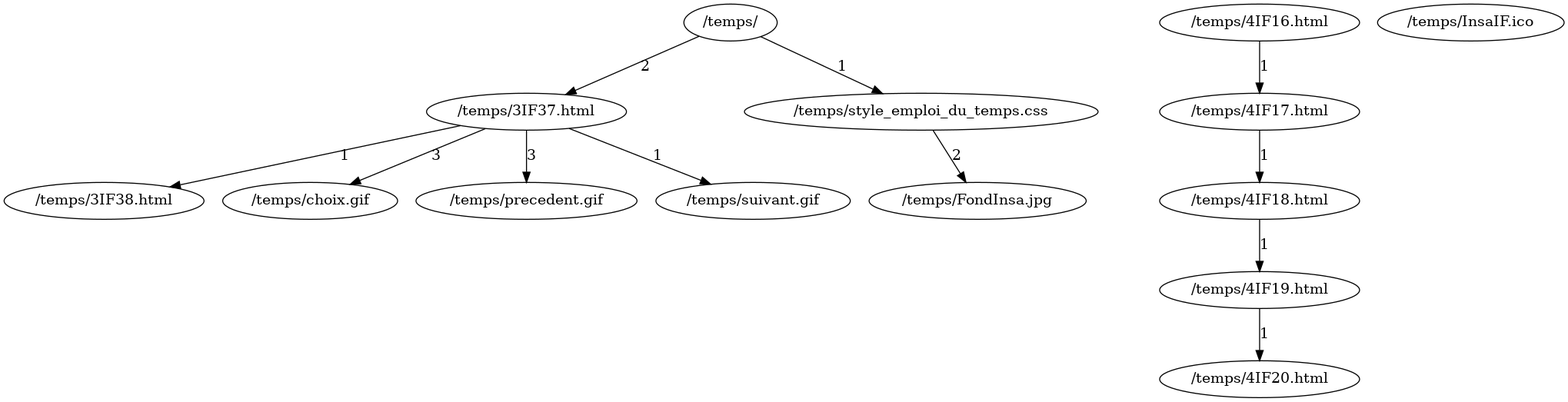
The Graphviz diagram court.png in Arteox/Cpp_TP4, before a commit. Its source is kept beside it as court.dot. The source it was exported from:
```dot
digraph {
	"/temps/";
	"/temps/3IF37.html";
	"/temps/3IF38.html";
	"/temps/4IF16.html";
	"/temps/4IF17.html";
	"/temps/4IF18.html";
	"/temps/4IF19.html";
	"/temps/4IF20.html";
	"/temps/FondInsa.jpg";
	"/temps/InsaIF.ico";
	"/temps/choix.gif";
	"/temps/precedent.gif";
	"/temps/style_emploi_du_temps.css";
	"/temps/suivant.gif";

	"/temps/" -> "/temps/3IF37.html" [label="2"];
	"/temps/3IF37.html" -> "/temps/3IF38.html" [label="1"];

	"/temps/4IF16.html" -> "/temps/4IF17.html" [label="1"];
	"/temps/4IF17.html" -> "/temps/4IF18.html" [label="1"];
	"/temps/4IF18.html" -> "/temps/4IF19.html" [label="1"];
	"/temps/4IF19.html" -> "/temps/4IF20.html" [label="1"];
	"/temps/style_emploi_du_temps.css" -> "/temps/FondInsa.jpg" [label="2"];

	"/temps/3IF37.html" -> "/temps/choix.gif" [label="3"];
	"/temps/3IF37.html" -> "/temps/precedent.gif" [label="3"];
	"/temps/" -> "/temps/style_emploi_du_temps.css" [label="1"];
	"/temps/3IF37.html" -> "/temps/suivant.gif" [label="1"];
}
```
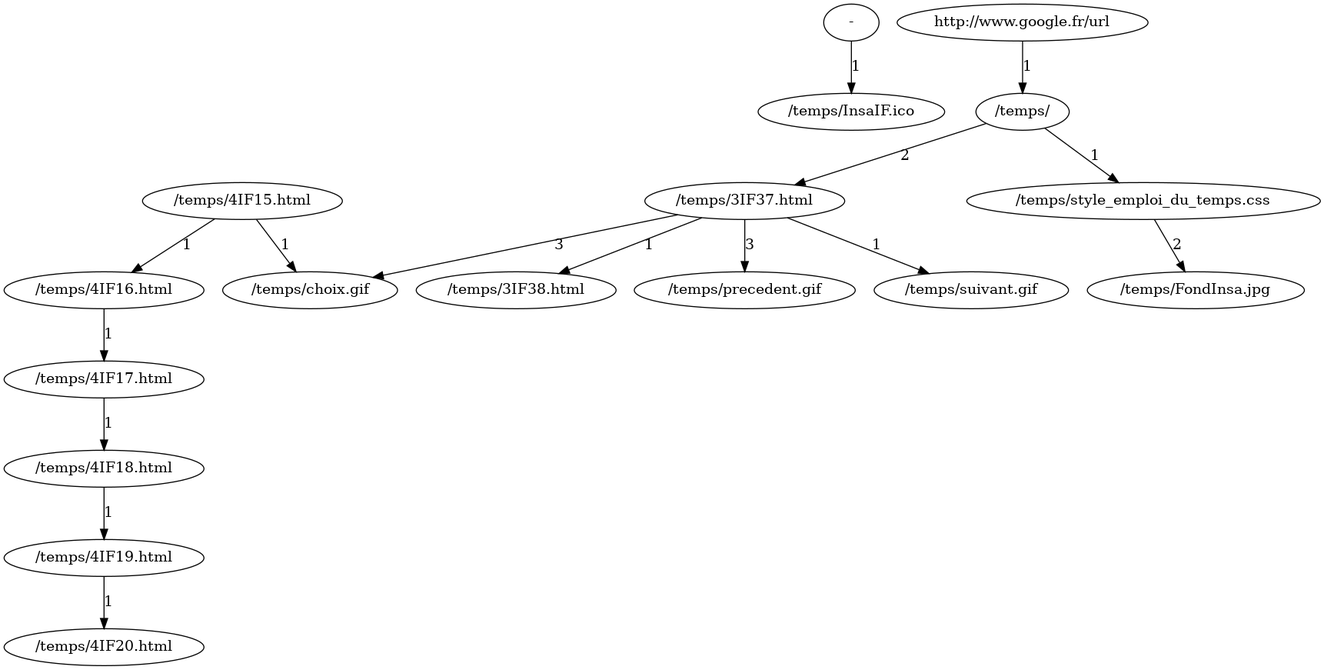
The same file after the commit.

Diff of the diagram source:
```diff
@@ -1,7 +1,9 @@
 digraph {
+	"-";
 	"/temps/";
 	"/temps/3IF37.html";
 	"/temps/3IF38.html";
+	"/temps/4IF15.html";
 	"/temps/4IF16.html";
 	"/temps/4IF17.html";
 	"/temps/4IF18.html";
@@ -13,17 +15,18 @@
 	"/temps/precedent.gif";
 	"/temps/style_emploi_du_temps.css";
 	"/temps/suivant.gif";
-
+	"http://www.google.fr/url";
+	"http://www.google.fr/url" -> "/temps/" [label="1"];
 	"/temps/" -> "/temps/3IF37.html" [label="2"];
 	"/temps/3IF37.html" -> "/temps/3IF38.html" [label="1"];
-
+	"/temps/4IF15.html" -> "/temps/4IF16.html" [label="1"];
 	"/temps/4IF16.html" -> "/temps/4IF17.html" [label="1"];
 	"/temps/4IF17.html" -> "/temps/4IF18.html" [label="1"];
 	"/temps/4IF18.html" -> "/temps/4IF19.html" [label="1"];
 	"/temps/4IF19.html" -> "/temps/4IF20.html" [label="1"];
 	"/temps/style_emploi_du_temps.css" -> "/temps/FondInsa.jpg" [label="2"];
-
-	"/temps/3IF37.html" -> "/temps/choix.gif" [label="3"];
+	"-" -> "/temps/InsaIF.ico" [label="1"];
+	"/temps/3IF37.html" -> "/temps/choix.gif" [label="3"];	"/temps/4IF15.html" -> "/temps/choix.gif" [label="1"];
 	"/temps/3IF37.html" -> "/temps/precedent.gif" [label="3"];
 	"/temps/" -> "/temps/style_emploi_du_temps.css" [label="1"];
 	"/temps/3IF37.html" -> "/temps/suivant.gif" [label="1"];
```
